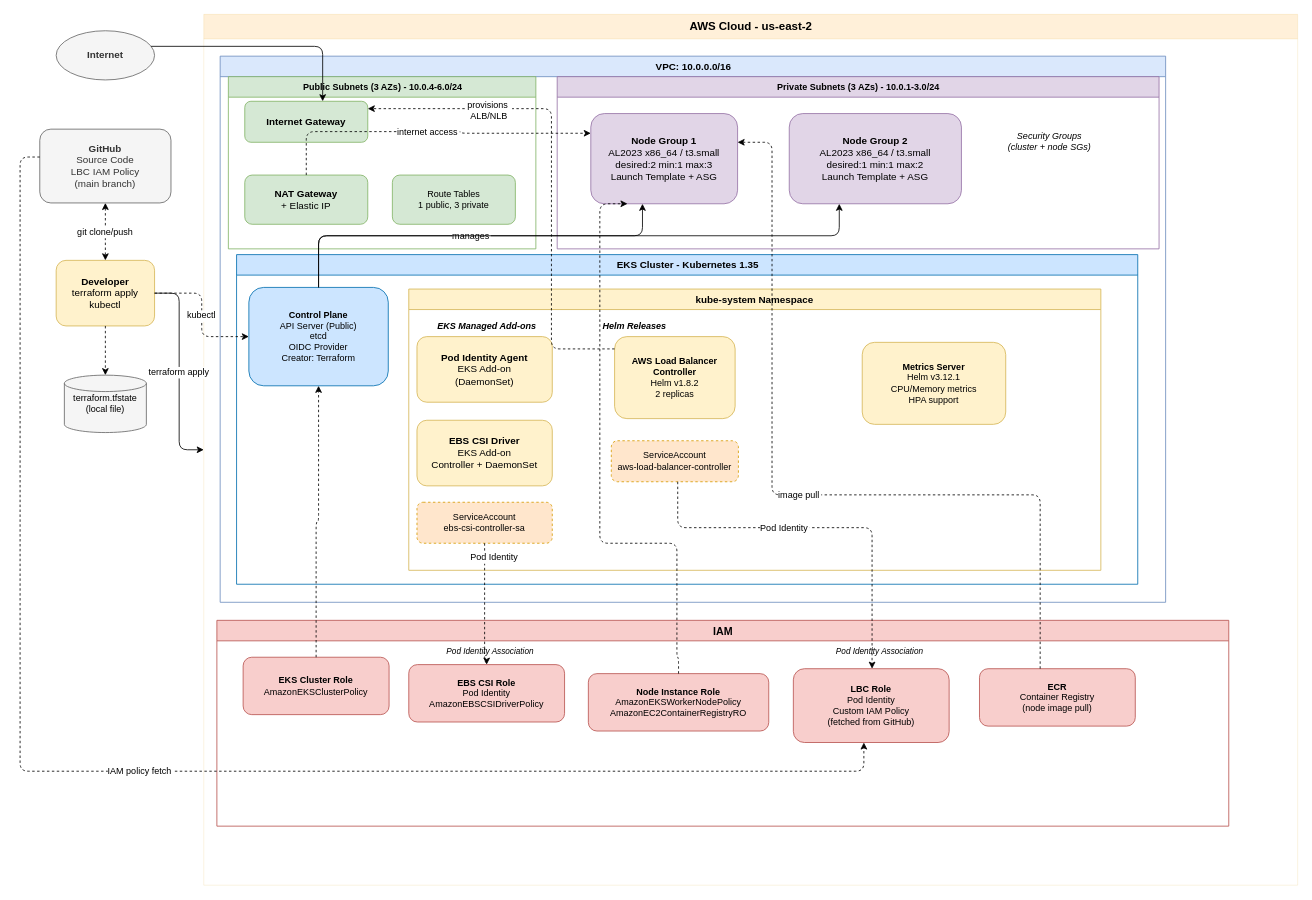
The draw.io diagram docs/aws-eks-architecture.drawio in jeffhoek/eks-starter, before the edit. Source tidied: cells renumbered, new cells numbered last; positions are measured from the earlier drawing's top-left corner, leaving out a move shared by most shapes. Both pictures are drawn from the tidied source at 82%, with x=0, y=0 at pixel (20, 14).
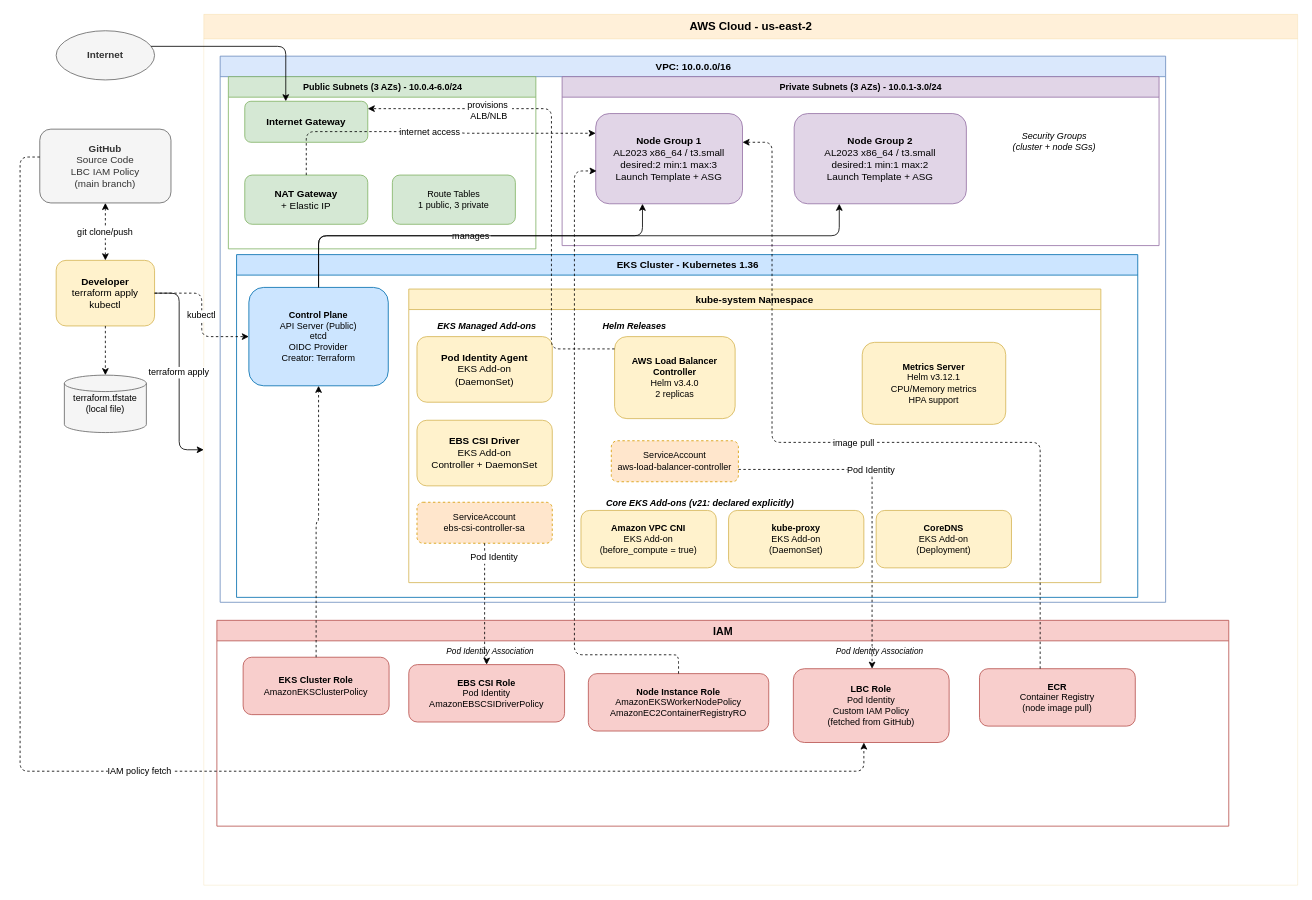
After the change.

Unchanged cells that the change refers to:
```xml
<mxCell id="2" value="Internet" style="ellipse;whiteSpace=wrap;html=1;fillColor=#f5f5f5;strokeColor=#666666;fontColor=#333333;fontStyle=1;" parent="1" vertex="1">
  <mxGeometry x="44" y="20" width="120" height="60" as="geometry" />
</mxCell>
<mxCell id="6" value="&lt;b&gt;AWS Cloud - us-east-2&lt;/b&gt;" style="swimlane;startSize=30;html=1;fillColor=#FF9900;strokeColor=#d79b00;fontColor=#000000;fontSize=14;opacity=15;" parent="1" vertex="1">
  <mxGeometry x="224" width="1334" height="1062" as="geometry" />
</mxCell>
<mxCell id="7" value="&lt;b&gt;VPC: 10.0.0.0/16&lt;/b&gt;" style="swimlane;startSize=25;html=1;fillColor=#dae8fc;strokeColor=#6c8ebf;fontStyle=1;" parent="6" vertex="1">
  <mxGeometry x="20" y="51" width="1153" height="666" as="geometry" />
</mxCell>
<mxCell id="9" value="&lt;b&gt;Internet Gateway&lt;/b&gt;" style="rounded=1;whiteSpace=wrap;html=1;fillColor=#d5e8d4;strokeColor=#82b366;" parent="8" vertex="1">
  <mxGeometry x="20" y="30" width="150" height="50" as="geometry" />
</mxCell>
<mxCell id="13" value="&lt;b&gt;Node Group 1&lt;/b&gt;&lt;br&gt;AL2023 x86_64 / t3.small&lt;br&gt;desired:2 min:1 max:3&lt;br&gt;Launch Template + ASG" style="rounded=1;whiteSpace=wrap;html=1;fillColor=#e1d5e7;strokeColor=#9673a6;" parent="12" vertex="1">
  <mxGeometry x="41" y="45" width="179" height="110" as="geometry" />
</mxCell>
<mxCell id="26" value="ServiceAccount&lt;br&gt;aws-load-balancer-controller" style="rounded=1;whiteSpace=wrap;html=1;fillColor=#ffe6cc;strokeColor=#d79b00;fontSize=11;dashed=1;" parent="18" vertex="1">
  <mxGeometry x="247" y="185" width="155" height="50" as="geometry" />
</mxCell>
<mxCell id="33" value="&lt;b&gt;Node Instance Role&lt;/b&gt;&lt;br&gt;AmazonEKSWorkerNodePolicy&lt;br&gt;AmazonEC2ContainerRegistryRO" style="rounded=1;whiteSpace=wrap;html=1;fillColor=#f8cecc;strokeColor=#b85450;fontSize=11;" parent="31" vertex="1">
  <mxGeometry x="453" y="65" width="220" height="70" as="geometry" />
</mxCell>
<mxCell id="35" value="&lt;b&gt;LBC Role&lt;/b&gt;&lt;br&gt;Pod Identity&lt;br&gt;Custom IAM Policy&lt;br&gt;(fetched from GitHub)" style="rounded=1;whiteSpace=wrap;html=1;fillColor=#f8cecc;strokeColor=#b85450;fontSize=11;" parent="31" vertex="1">
  <mxGeometry x="703" y="59" width="190" height="90" as="geometry" />
</mxCell>
<mxCell id="36" value="&lt;b&gt;ECR&lt;/b&gt;&lt;br&gt;Container Registry&lt;br&gt;(node image pull)" style="rounded=1;whiteSpace=wrap;html=1;fillColor=#f8cecc;strokeColor=#b85450;fontSize=11;" parent="31" vertex="1">
  <mxGeometry x="930" y="59" width="190" height="70" as="geometry" />
</mxCell>
```

The edit, as a diff of the source:
```diff
@@
     <mxCell id="12" value="Private Subnets (3 AZs) - 10.0.1-3.0/24" style="swimlane;startSize=25;html=1;fillColor=#e1d5e7;strokeColor=#9673a6;fontStyle=1;fontSize=11;" parent="7" vertex="1">
-      <mxGeometry x="411" y="25" width="734" height="210" as="geometry" />
+      <mxGeometry x="417" y="25" width="728" height="206" as="geometry" />
     </mxCell>
@@
-    <mxCell id="16" value="&lt;b&gt;EKS Cluster - Kubernetes 1.35&lt;/b&gt;" style="swimlane;startSize=25;html=1;fillColor=#cce5ff;strokeColor=#006EAF;fontStyle=1;fontSize=12;" parent="7" vertex="1">
-      <mxGeometry x="20" y="242" width="1099" height="402" as="geometry" />
+    <mxCell id="16" value="&lt;b&gt;EKS Cluster - Kubernetes 1.36&lt;/b&gt;" style="swimlane;startSize=25;html=1;fillColor=#cce5ff;strokeColor=#006EAF;fontStyle=1;fontSize=12;" parent="7" vertex="1">
+      <mxGeometry x="20" y="242" width="1099" height="418" as="geometry" />
     </mxCell>
@@
     <mxCell id="18" value="kube-system Namespace" style="swimlane;startSize=25;fillColor=#fff2cc;strokeColor=#d6b656;fontStyle=1;" parent="16" vertex="1">
-      <mxGeometry x="210" y="42" width="844" height="343" as="geometry" />
+      <mxGeometry x="210" y="42" width="844" height="358" as="geometry" />
     </mxCell>
@@
-    <mxCell id="23" value="&lt;b&gt;AWS Load Balancer&lt;br&gt;Controller&lt;/b&gt;&lt;br&gt;Helm v1.8.2&lt;br&gt;2 replicas" style="rounded=1;whiteSpace=wrap;html=1;fillColor=#fff2cc;strokeColor=#d6b656;fontSize=11;" parent="18" vertex="1">
+    <mxCell id="23" value="&lt;b&gt;AWS Load Balancer&lt;br&gt;Controller&lt;/b&gt;&lt;br&gt;Helm v3.4.0&lt;br&gt;2 replicas" style="rounded=1;whiteSpace=wrap;html=1;fillColor=#fff2cc;strokeColor=#d6b656;fontSize=11;" parent="18" vertex="1">
       <mxGeometry x="251" y="58" width="147" height="100" as="geometry" />
     </mxCell>
@@
+    <mxCell id="50" value="Core EKS Add-ons (v21: declared explicitly)" style="text;html=1;fontStyle=3;align=center;fontSize=11;" parent="18" vertex="1">
+      <mxGeometry x="210" y="248" width="290" height="20" as="geometry" />
+    </mxCell>
+    <mxCell id="51" value="&lt;b&gt;Amazon VPC CNI&lt;/b&gt;&lt;br&gt;EKS Add-on&lt;br&gt;(before_compute = true)" style="rounded=1;whiteSpace=wrap;html=1;fillColor=#fff2cc;strokeColor=#d6b656;fontSize=11;" parent="18" vertex="1">
+      <mxGeometry x="210" y="270" width="165" height="70" as="geometry" />
+    </mxCell>
+    <mxCell id="52" value="&lt;b&gt;kube-proxy&lt;/b&gt;&lt;br&gt;EKS Add-on&lt;br&gt;(DaemonSet)" style="rounded=1;whiteSpace=wrap;html=1;fillColor=#fff2cc;strokeColor=#d6b656;fontSize=11;" parent="18" vertex="1">
+      <mxGeometry x="390" y="270" width="165" height="70" as="geometry" />
+    </mxCell>
+    <mxCell id="53" value="&lt;b&gt;CoreDNS&lt;/b&gt;&lt;br&gt;EKS Add-on&lt;br&gt;(Deployment)" style="rounded=1;whiteSpace=wrap;html=1;fillColor=#fff2cc;strokeColor=#d6b656;fontSize=11;" parent="18" vertex="1">
+      <mxGeometry x="570" y="270" width="165" height="70" as="geometry" />
+    </mxCell>
@@
-    <mxCell id="39" style="edgeStyle=orthogonalEdgeStyle;dashed=1;exitX=0.5;exitY=0;exitDx=0;exitDy=0;entryX=0.25;entryY=1;entryDx=0;entryDy=0;" parent="6" edge="1" source="33" target="13">
+    <mxCell id="39" style="edgeStyle=orthogonalEdgeStyle;dashed=1;exitX=0.5;exitY=0;exitDx=0;exitDy=0;entryX=0.006;entryY=0.636;entryDx=0;entryDy=0;entryPerimeter=0;" parent="6" edge="1" source="33" target="13">
       <mxGeometry relative="1" as="geometry">
         <Array as="points">
           <mxPoint x="579" y="784" />
           <mxPoint x="577" y="784" />
-          <mxPoint x="577" y="645" />
-          <mxPoint x="483" y="645" />
+          <mxPoint x="577" y="781" />
+          <mxPoint x="452" y="781" />
+          <mxPoint x="452" y="191" />
         </Array>
       </mxGeometry>
     </mxCell>
     <mxCell id="40" value="image pull" style="edgeStyle=orthogonalEdgeStyle;dashed=1;" parent="6" edge="1" source="36" target="13">
       <mxGeometry relative="1" as="geometry">
         <Array as="points">
-          <mxPoint x="1020" y="586" />
-          <mxPoint x="693" y="586" />
+          <mxPoint x="1020" y="522" />
+          <mxPoint x="693" y="522" />
           <mxPoint x="693" y="156" />
         </Array>
       </mxGeometry>
     </mxCell>
     <mxCell id="41" style="edgeStyle=orthogonalEdgeStyle;" parent="1" edge="1" source="2" target="9">
       <mxGeometry relative="1" as="geometry">
         <Array as="points">
-          <mxPoint x="369" y="39" />
+          <mxPoint x="324" y="39" />
         </Array>
       </mxGeometry>
     </mxCell>
@@
     <mxCell id="48" value="Pod Identity" style="edgeStyle=orthogonalEdgeStyle;dashed=1;" parent="1" edge="1" source="26" target="35">
       <mxGeometry x="-0.2" relative="1" as="geometry">
         <Array as="points">
-          <mxPoint x="802" y="626" />
-          <mxPoint x="1039" y="626" />
+          <mxPoint x="1039" y="555" />
         </Array>
       </mxGeometry>
     </mxCell>
```
